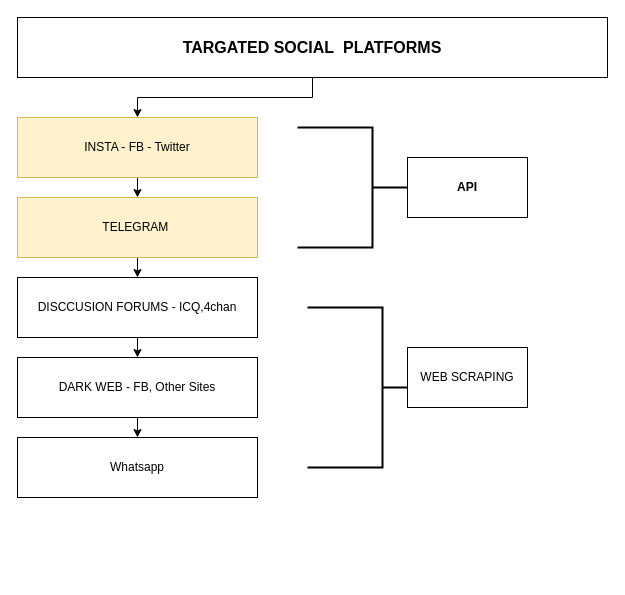
This is page "S_TARGETED" (1 of 5) of Untitled Diagram.drawio from gamingflexer/flutter-beginners-tutorial, a draw.io file, before an edit. Source tidied: cells renumbered, new cells numbered last; positions are measured from the earlier drawing's top-left corner, leaving out a move shared by most shapes. Both pictures are drawn from the tidied source at 100%, with x=0, y=0 at pixel (17, 17).
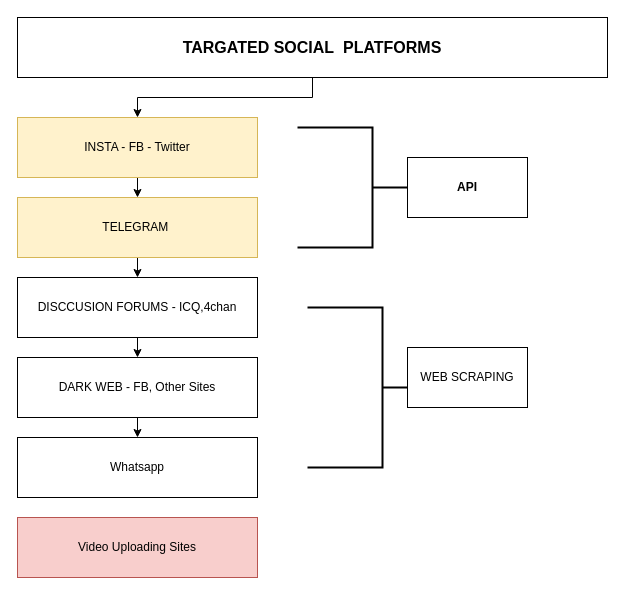
The same page after the edit.

What changed in the source:
```diff
@@
 <mxGraphModel>
   <root>
     <mxCell id="0" />
     <mxCell id="1" parent="0" />
     <mxCell id="2" style="edgeStyle=orthogonalEdgeStyle;rounded=0;jettySize=auto;html=1;exitX=0.5;exitY=1;exitDx=0;exitDy=0;entryX=0.5;entryY=0;entryDx=0;entryDy=0;" parent="1" edge="1" source="3" target="5">
       <mxGeometry relative="1" as="geometry" />
     </mxCell>
     <mxCell id="3" value="&lt;b&gt;&lt;font style=&quot;font-size: 16px&quot;&gt;TARGATED SOCIAL&amp;nbsp; PLATFORMS&lt;/font&gt;&lt;/b&gt;" style="rounded=0;whiteSpace=wrap;html=1;" parent="1" vertex="1">
       <mxGeometry width="590" height="60" as="geometry" />
     </mxCell>
     <mxCell id="4" style="edgeStyle=orthogonalEdgeStyle;rounded=0;jettySize=auto;html=1;exitX=0.5;exitY=1;exitDx=0;exitDy=0;entryX=0.5;entryY=0;entryDx=0;entryDy=0;" parent="1" edge="1" source="5" target="7">
       <mxGeometry relative="1" as="geometry" />
     </mxCell>
     <mxCell id="5" value="INSTA - FB - Twitter" style="rounded=0;whiteSpace=wrap;html=1;fillColor=#fff2cc;strokeColor=#d6b656;" parent="1" vertex="1">
       <mxGeometry y="100" width="240" height="60" as="geometry" />
     </mxCell>
     <mxCell id="6" style="edgeStyle=orthogonalEdgeStyle;rounded=0;jettySize=auto;html=1;exitX=0.5;exitY=1;exitDx=0;exitDy=0;entryX=0.5;entryY=0;entryDx=0;entryDy=0;" parent="1" edge="1" source="7" target="9">
       <mxGeometry relative="1" as="geometry" />
     </mxCell>
     <mxCell id="7" value="TELEGRAM&amp;nbsp;" style="rounded=0;whiteSpace=wrap;html=1;fillColor=#fff2cc;strokeColor=#d6b656;" parent="1" vertex="1">
       <mxGeometry y="180" width="240" height="60" as="geometry" />
     </mxCell>
     <mxCell id="8" style="edgeStyle=orthogonalEdgeStyle;rounded=0;jettySize=auto;html=1;exitX=0.5;exitY=1;exitDx=0;exitDy=0;entryX=0.5;entryY=0;entryDx=0;entryDy=0;" parent="1" edge="1" source="9" target="11">
       <mxGeometry relative="1" as="geometry" />
     </mxCell>
     <mxCell id="9" value="DISCCUSION FORUMS - ICQ,4chan" style="rounded=0;whiteSpace=wrap;html=1;" parent="1" vertex="1">
       <mxGeometry y="260" width="240" height="60" as="geometry" />
     </mxCell>
     <mxCell id="10" style="edgeStyle=orthogonalEdgeStyle;rounded=0;jettySize=auto;html=1;exitX=0.5;exitY=1;exitDx=0;exitDy=0;entryX=0.5;entryY=0;entryDx=0;entryDy=0;" parent="1" edge="1" source="11" target="12">
       <mxGeometry relative="1" as="geometry" />
     </mxCell>
     <mxCell id="11" value="DARK WEB - FB, Other Sites" style="rounded=0;whiteSpace=wrap;html=1;" parent="1" vertex="1">
       <mxGeometry y="340" width="240" height="60" as="geometry" />
     </mxCell>
     <mxCell id="12" value="Whatsapp" style="rounded=0;whiteSpace=wrap;html=1;" parent="1" vertex="1">
       <mxGeometry y="420" width="240" height="60" as="geometry" />
     </mxCell>
     <mxCell id="13" style="strokeWidth=2;html=1;shape=mxgraph.flowchart.annotation_2;align=left;labelPosition=right;gradientColor=none;direction=west;" parent="1" vertex="1">
       <mxGeometry x="290" y="290" width="150" height="160" as="geometry" />
     </mxCell>
     <mxCell id="14" style="strokeWidth=2;html=1;shape=mxgraph.flowchart.annotation_2;align=left;labelPosition=right;gradientColor=none;direction=west;" parent="1" vertex="1">
       <mxGeometry x="280" y="110" width="150" height="120" as="geometry" />
     </mxCell>
     <mxCell id="15" value="&lt;b&gt;API&lt;/b&gt;" style="whiteSpace=wrap;html=1;gradientColor=none;" parent="1" vertex="1">
       <mxGeometry x="390" y="140" width="120" height="60" as="geometry" />
     </mxCell>
     <mxCell id="16" value="WEB SCRAPING" style="whiteSpace=wrap;html=1;gradientColor=none;" parent="1" vertex="1">
       <mxGeometry x="390" y="330" width="120" height="60" as="geometry" />
     </mxCell>
+    <mxCell id="17" value="Video Uploading Sites" style="rounded=0;whiteSpace=wrap;html=1;fillColor=#f8cecc;strokeColor=#b85450;" parent="1" vertex="1">
+      <mxGeometry y="500" width="240" height="60" as="geometry" />
+    </mxCell>
   </root>
 </mxGraphModel>
```
